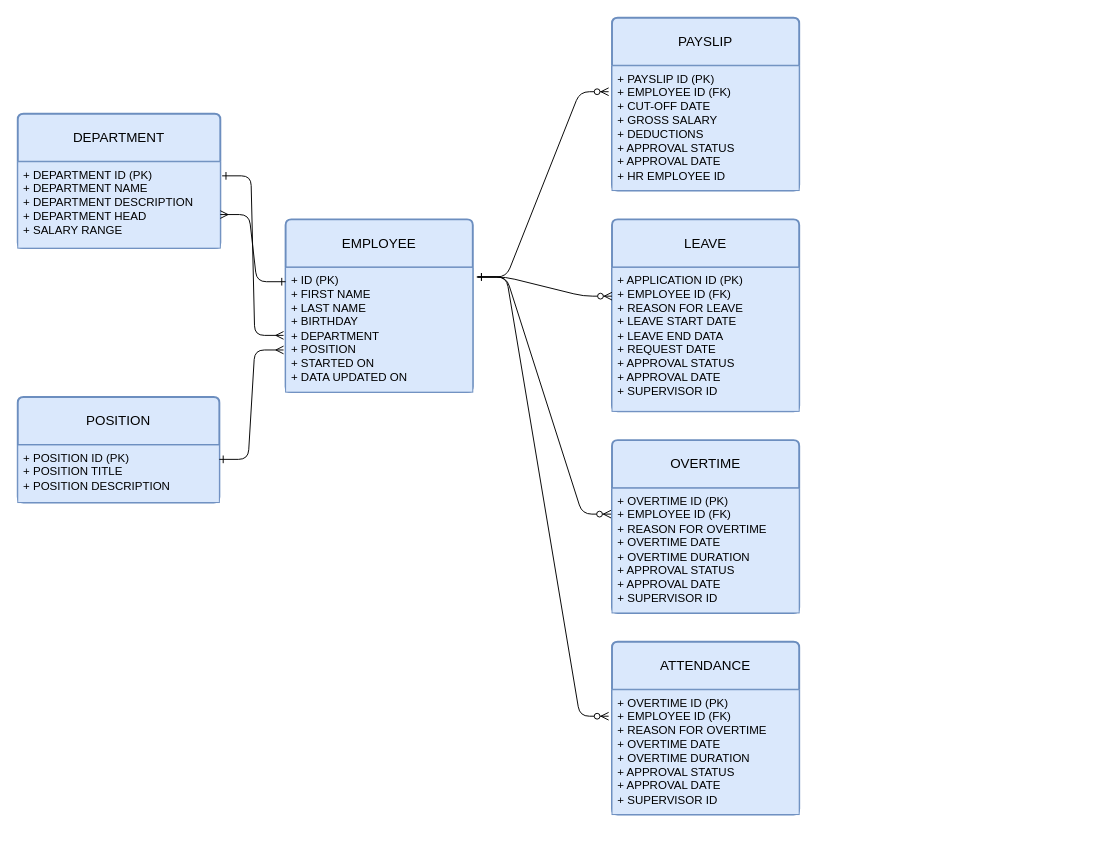
zephyrstorm123/MO-IT107-Worksheet3-ERD keeps this draw.io diagram as MO-IT107-ERD.drawio. Above is the earlier version. Source tidied: cells renumbered, new cells numbered last; positions are measured from the earlier drawing's top-left corner, leaving out a move shared by most shapes. Both pictures are drawn from the tidied source at 96%, with x=0, y=0 at pixel (-16, 17).
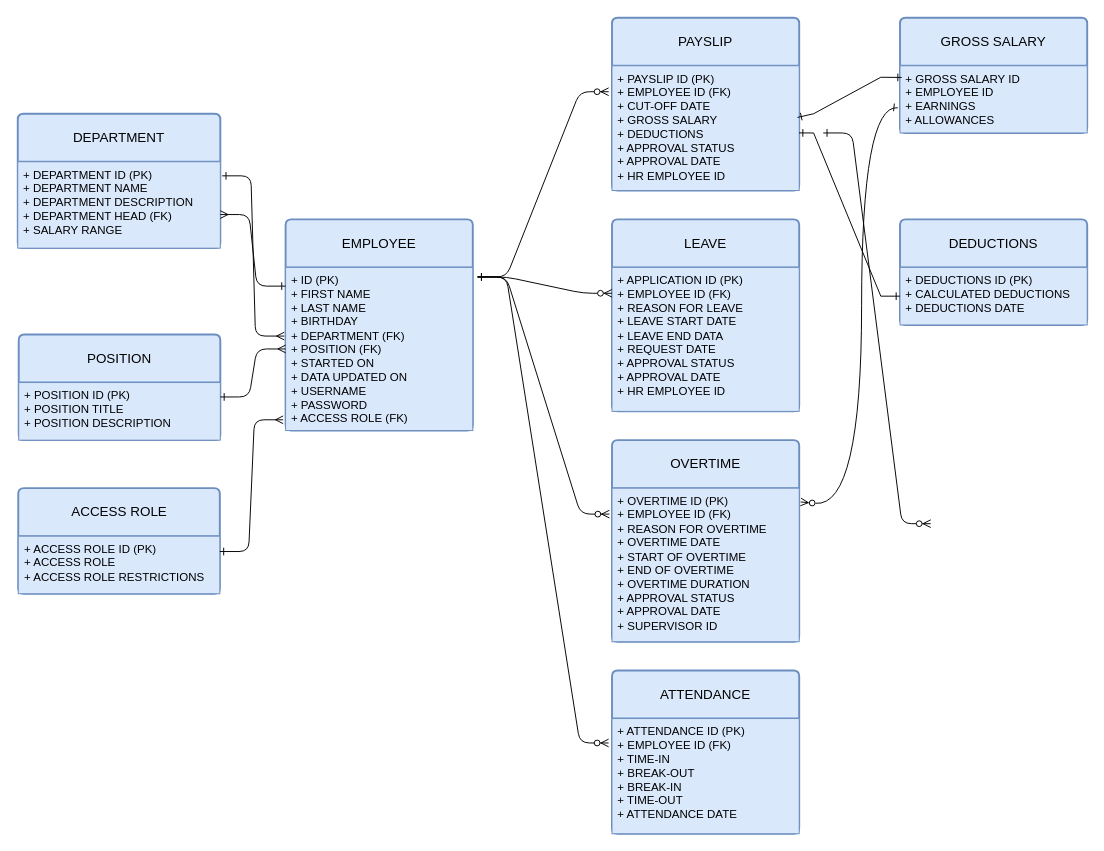
The same page after the edit.

Unchanged cells that the change refers to:
```xml
<mxCell id="4" value="LEAVE" style="swimlane;horizontal=1;startSize=50;rounded=1;fontSize=14;fontStyle=0;strokeWidth=2;shadow=0;dashed=0;align=center;arcSize=4;whiteSpace=wrap;html=1;fillColor=#dae8fc;strokeColor=#6c8ebf;" parent="1" vertex="1">
  <mxGeometry x="654" y="210" width="195" height="200" as="geometry" />
</mxCell>
<mxCell id="7" value="+ PAYSLIP ID (PK)&lt;br&gt;+ EMPLOYEE ID (FK)&lt;br&gt;+ CUT-OFF DATE&lt;br&gt;+ GROSS SALARY&lt;br&gt;+ DEDUCTIONS&lt;br&gt;+ APPROVAL STATUS&lt;br&gt;+ APPROVAL DATE&lt;br&gt;+ HR EMPLOYEE ID" style="align=left;strokeColor=#6c8ebf;fillColor=#dae8fc;spacingLeft=4;fontSize=12;verticalAlign=top;html=1;" parent="6" vertex="1">
  <mxGeometry y="50" width="195" height="130" as="geometry" />
</mxCell>
<mxCell id="12" value="+ POSITION ID (PK)&lt;br&gt;+ POSITION TITLE&lt;br&gt;+ POSITION DESCRIPTION" style="align=left;strokeColor=#6c8ebf;fillColor=#dae8fc;spacingLeft=4;fontSize=12;verticalAlign=top;html=1;" parent="11" vertex="1">
  <mxGeometry y="50" width="210" height="60" as="geometry" />
</mxCell>
<mxCell id="15" value="DEPARTMENT" style="swimlane;horizontal=1;startSize=50;rounded=1;fontSize=14;fontStyle=0;strokeWidth=2;shadow=0;dashed=0;align=center;arcSize=4;whiteSpace=wrap;html=1;fillColor=#dae8fc;strokeColor=#6c8ebf;" parent="1" vertex="1">
  <mxGeometry x="35" y="100" width="211" height="140" as="geometry" />
</mxCell>
```

The edit, as a diff of the source:
```diff
@@
     <mxCell id="2" value="EMPLOYEE" style="swimlane;horizontal=1;startSize=50;rounded=1;fontSize=14;fontStyle=0;strokeWidth=2;shadow=0;dashed=0;align=center;arcSize=4;whiteSpace=wrap;html=1;fillColor=#dae8fc;strokeColor=#6c8ebf;" parent="1" vertex="1">
-      <mxGeometry x="314" y="210" width="195" height="180" as="geometry" />
+      <mxGeometry x="314" y="210" width="195" height="220" as="geometry" />
     </mxCell>
-    <mxCell id="3" value="+ ID (PK)&lt;br&gt;+ FIRST NAME&lt;br&gt;+ LAST NAME&lt;br&gt;+ BIRTHDAY&lt;br&gt;+ DEPARTMENT&lt;br&gt;+ POSITION&lt;br&gt;+ STARTED ON&lt;br&gt;+ DATA UPDATED ON" style="align=left;strokeColor=#6c8ebf;fillColor=#dae8fc;spacingLeft=4;fontSize=12;verticalAlign=top;html=1;" parent="2" vertex="1">
-      <mxGeometry y="50" width="195" height="130" as="geometry" />
+    <mxCell id="3" value="+ ID (PK)&lt;br&gt;+ FIRST NAME&lt;br&gt;+ LAST NAME&lt;br&gt;+ BIRTHDAY&lt;br&gt;+ DEPARTMENT (FK)&lt;br&gt;+ POSITION (FK)&lt;br&gt;+ STARTED ON&lt;br&gt;+ DATA UPDATED ON&lt;br&gt;+ USERNAME&lt;br&gt;+ PASSWORD&lt;br&gt;+ ACCESS ROLE (FK)" style="align=left;strokeColor=#6c8ebf;fillColor=#dae8fc;spacingLeft=4;fontSize=12;verticalAlign=top;html=1;" parent="2" vertex="1">
+      <mxGeometry y="50" width="195" height="170" as="geometry" />
     </mxCell>
@@
-    <mxCell id="5" value="+ APPLICATION ID (PK)&lt;br&gt;+ EMPLOYEE ID (FK)&lt;br&gt;+ REASON FOR LEAVE&lt;br&gt;+ LEAVE START DATE&lt;br&gt;+ LEAVE END DATA&lt;br&gt;+ REQUEST DATE&lt;br&gt;+ APPROVAL STATUS&lt;br&gt;+ APPROVAL DATE&lt;br&gt;+ SUPERVISOR ID" style="align=left;strokeColor=#6c8ebf;fillColor=#dae8fc;spacingLeft=4;fontSize=12;verticalAlign=top;html=1;" parent="4" vertex="1">
+    <mxCell id="5" value="+ APPLICATION ID (PK)&lt;br&gt;+ EMPLOYEE ID (FK)&lt;br&gt;+ REASON FOR LEAVE&lt;br&gt;+ LEAVE START DATE&lt;br&gt;+ LEAVE END DATA&lt;br&gt;+ REQUEST DATE&lt;br&gt;+ APPROVAL STATUS&lt;br&gt;+ APPROVAL DATE&lt;br&gt;+ HR EMPLOYEE ID" style="align=left;strokeColor=#6c8ebf;fillColor=#dae8fc;spacingLeft=4;fontSize=12;verticalAlign=top;html=1;" parent="4" vertex="1">
       <mxGeometry y="50" width="195" height="150" as="geometry" />
     </mxCell>
@@
     <mxCell id="9" value="OVERTIME" style="swimlane;horizontal=1;startSize=50;rounded=1;fontSize=14;fontStyle=0;strokeWidth=2;shadow=0;dashed=0;align=center;arcSize=4;whiteSpace=wrap;html=1;fillColor=#dae8fc;strokeColor=#6c8ebf;" parent="1" vertex="1">
-      <mxGeometry x="654" y="440" width="195" height="180" as="geometry" />
+      <mxGeometry x="654" y="440" width="195" height="210" as="geometry" />
     </mxCell>
-    <mxCell id="10" value="+ OVERTIME ID (PK)&lt;br style=&quot;border-color: var(--border-color);&quot;&gt;+ EMPLOYEE ID (FK)&lt;br style=&quot;border-color: var(--border-color);&quot;&gt;+ REASON FOR OVERTIME&lt;br style=&quot;border-color: var(--border-color);&quot;&gt;+ OVERTIME DATE&lt;br style=&quot;border-color: var(--border-color);&quot;&gt;+ OVERTIME DURATION&lt;br style=&quot;border-color: var(--border-color);&quot;&gt;+ APPROVAL STATUS&lt;br&gt;+ APPROVAL DATE&lt;br style=&quot;border-color: var(--border-color);&quot;&gt;+ SUPERVISOR ID" style="align=left;strokeColor=#6c8ebf;fillColor=#dae8fc;spacingLeft=4;fontSize=12;verticalAlign=top;html=1;" parent="9" vertex="1">
-      <mxGeometry y="50" width="195" height="130" as="geometry" />
+    <mxCell id="10" value="+ OVERTIME ID (PK)&lt;br style=&quot;border-color: var(--border-color);&quot;&gt;+ EMPLOYEE ID (FK)&lt;br style=&quot;border-color: var(--border-color);&quot;&gt;+ REASON FOR OVERTIME&lt;br style=&quot;border-color: var(--border-color);&quot;&gt;+ OVERTIME DATE&lt;br&gt;+ START OF OVERTIME&lt;br&gt;+ END OF OVERTIME&lt;br style=&quot;border-color: var(--border-color);&quot;&gt;+ OVERTIME DURATION&lt;br style=&quot;border-color: var(--border-color);&quot;&gt;+ APPROVAL STATUS&lt;br&gt;+ APPROVAL DATE&lt;br style=&quot;border-color: var(--border-color);&quot;&gt;+ SUPERVISOR ID" style="align=left;strokeColor=#6c8ebf;fillColor=#dae8fc;spacingLeft=4;fontSize=12;verticalAlign=top;html=1;" parent="9" vertex="1">
+      <mxGeometry y="50" width="195" height="160" as="geometry" />
     </mxCell>
     <mxCell id="11" value="POSITION" style="swimlane;horizontal=1;startSize=50;rounded=1;fontSize=14;fontStyle=0;strokeWidth=2;shadow=0;dashed=0;align=center;arcSize=4;whiteSpace=wrap;html=1;fillColor=#dae8fc;strokeColor=#6c8ebf;" parent="1" vertex="1">
-      <mxGeometry x="35" y="395" width="210" height="110" as="geometry" />
+      <mxGeometry x="36" y="330" width="210" height="110" as="geometry" />
     </mxCell>
@@
-    <mxCell id="13" style="edgeStyle=entityRelationEdgeStyle;endArrow=ERzeroToMany;startArrow=ERone;endFill=1;startFill=0;entryX=-0.005;entryY=0.208;entryDx=0;entryDy=0;entryPerimeter=0;" parent="1" edge="1" target="10">
+    <mxCell id="13" style="edgeStyle=entityRelationEdgeStyle;endArrow=ERzeroToMany;startArrow=ERone;endFill=1;startFill=0;entryX=-0.014;entryY=0.169;entryDx=0;entryDy=0;entryPerimeter=0;" parent="1" edge="1" target="10">
       <mxGeometry relative="1" as="geometry">
         <mxPoint x="514" y="270" as="sourcePoint" />
         <Array as="points">
           <mxPoint x="439" y="220" />
           <mxPoint x="449" y="340" />
           <mxPoint x="290" y="150" />
           <mxPoint x="430" y="200" />
           <mxPoint x="440" y="190" />
           <mxPoint x="270" y="170" />
           <mxPoint x="270" y="160" />
         </Array>
       </mxGeometry>
     </mxCell>
-    <mxCell id="14" style="edgeStyle=entityRelationEdgeStyle;endArrow=ERmany;startArrow=ERone;endFill=0;startFill=0;entryX=-0.011;entryY=0.662;entryDx=0;entryDy=0;entryPerimeter=0;exitX=1;exitY=0.25;exitDx=0;exitDy=0;" parent="1" edge="1" source="12" target="3">
+    <mxCell id="14" style="edgeStyle=entityRelationEdgeStyle;endArrow=ERmany;startArrow=ERone;endFill=0;startFill=0;entryX=0;entryY=0.5;entryDx=0;entryDy=0;exitX=1;exitY=0.25;exitDx=0;exitDy=0;" parent="1" edge="1" source="12" target="3">
       <mxGeometry relative="1" as="geometry">
         <Array as="points">
           <mxPoint x="20" y="73" />
           <mxPoint x="270" y="113" />
           <mxPoint x="160" y="123" />
           <mxPoint x="170" y="113" />
           <mxPoint y="93" />
           <mxPoint y="83" />
         </Array>
       </mxGeometry>
     </mxCell>
@@
-    <mxCell id="16" value="+ DEPARTMENT ID (PK)&lt;br&gt;+ DEPARTMENT NAME&lt;br&gt;+ DEPARTMENT DESCRIPTION&lt;br&gt;+ DEPARTMENT HEAD&lt;br&gt;+ SALARY RANGE" style="align=left;strokeColor=#6c8ebf;fillColor=#dae8fc;spacingLeft=4;fontSize=12;verticalAlign=top;html=1;" parent="15" vertex="1">
+    <mxCell id="16" value="+ DEPARTMENT ID (PK)&lt;br&gt;+ DEPARTMENT NAME&lt;br&gt;+ DEPARTMENT DESCRIPTION&lt;br&gt;+ DEPARTMENT HEAD (FK)&lt;br&gt;+ SALARY RANGE" style="align=left;strokeColor=#6c8ebf;fillColor=#dae8fc;spacingLeft=4;fontSize=12;verticalAlign=top;html=1;" parent="15" vertex="1">
       <mxGeometry y="50" width="211" height="90" as="geometry" />
     </mxCell>
@@
-    <mxCell id="18" style="edgeStyle=entityRelationEdgeStyle;endArrow=ERmany;startArrow=ERone;endFill=0;startFill=0;entryX=-0.011;entryY=0.545;entryDx=0;entryDy=0;entryPerimeter=0;exitX=1.009;exitY=0.163;exitDx=0;exitDy=0;exitPerimeter=0;" parent="1" edge="1" source="16" target="3">
+    <mxCell id="18" style="edgeStyle=entityRelationEdgeStyle;endArrow=ERmany;startArrow=ERone;endFill=0;startFill=0;entryX=-0.007;entryY=0.421;entryDx=0;entryDy=0;entryPerimeter=0;exitX=1.009;exitY=0.163;exitDx=0;exitDy=0;exitPerimeter=0;" parent="1" edge="1" source="16" target="3">
       <mxGeometry relative="1" as="geometry">
         <Array as="points">
           <mxPoint x="30" y="83" />
           <mxPoint x="274" y="250" />
           <mxPoint x="294" y="250" />
           <mxPoint x="280" y="123" />
           <mxPoint x="170" y="133" />
           <mxPoint x="180" y="123" />
           <mxPoint x="10" y="103" />
           <mxPoint x="10" y="93" />
         </Array>
       </mxGeometry>
     </mxCell>
@@
     <mxCell id="20" value="ATTENDANCE" style="swimlane;horizontal=1;startSize=50;rounded=1;fontSize=14;fontStyle=0;strokeWidth=2;shadow=0;dashed=0;align=center;arcSize=4;whiteSpace=wrap;html=1;fillColor=#dae8fc;strokeColor=#6c8ebf;" parent="1" vertex="1">
-      <mxGeometry x="654" y="650" width="195" height="180" as="geometry" />
+      <mxGeometry x="654" y="680" width="195" height="170" as="geometry" />
     </mxCell>
-    <mxCell id="21" value="+ OVERTIME ID (PK)&lt;br style=&quot;border-color: var(--border-color);&quot;&gt;+ EMPLOYEE ID (FK)&lt;br style=&quot;border-color: var(--border-color);&quot;&gt;+ REASON FOR OVERTIME&lt;br style=&quot;border-color: var(--border-color);&quot;&gt;+ OVERTIME DATE&lt;br style=&quot;border-color: var(--border-color);&quot;&gt;+ OVERTIME DURATION&lt;br style=&quot;border-color: var(--border-color);&quot;&gt;+ APPROVAL STATUS&lt;br&gt;+ APPROVAL DATE&lt;br style=&quot;border-color: var(--border-color);&quot;&gt;+ SUPERVISOR ID" style="align=left;strokeColor=#6c8ebf;fillColor=#dae8fc;spacingLeft=4;fontSize=12;verticalAlign=top;html=1;" parent="20" vertex="1">
-      <mxGeometry y="50" width="195" height="130" as="geometry" />
+    <mxCell id="21" value="+ ATTENDANCE ID (PK)&lt;br style=&quot;border-color: var(--border-color);&quot;&gt;+ EMPLOYEE ID (FK)&lt;br style=&quot;border-color: var(--border-color);&quot;&gt;+ TIME-IN&lt;br&gt;+ BREAK-OUT&lt;br&gt;+ BREAK-IN&lt;br&gt;+ TIME-OUT&lt;br style=&quot;border-color: var(--border-color);&quot;&gt;+ ATTENDANCE DATE" style="align=left;strokeColor=#6c8ebf;fillColor=#dae8fc;spacingLeft=4;fontSize=12;verticalAlign=top;html=1;" parent="20" vertex="1">
+      <mxGeometry y="50" width="195" height="120" as="geometry" />
     </mxCell>
@@
-    <mxCell id="23" style="edgeStyle=entityRelationEdgeStyle;endArrow=ERzeroToMany;startArrow=none;endFill=1;startFill=0;exitX=1.021;exitY=0.077;exitDx=0;exitDy=0;exitPerimeter=0;" parent="1" edge="1" source="3">
+    <mxCell id="23" style="edgeStyle=entityRelationEdgeStyle;endArrow=ERzeroToMany;startArrow=none;endFill=1;startFill=0;entryX=0;entryY=0.18;entryDx=0;entryDy=0;entryPerimeter=0;" parent="1" edge="1" target="5">
       <mxGeometry relative="1" as="geometry">
-        <mxPoint x="654" y="290" as="targetPoint" />
+        <mxPoint x="514" y="270" as="sourcePoint" />
         <Array as="points">
           <mxPoint x="294" y="150" />
           <mxPoint x="544" y="190" />
           <mxPoint x="434" y="200" />
           <mxPoint x="444" y="190" />
           <mxPoint x="274" y="170" />
           <mxPoint x="274" y="160" />
         </Array>
       </mxGeometry>
     </mxCell>
+    <mxCell id="24" value="DEDUCTIONS" style="swimlane;horizontal=1;startSize=50;rounded=1;fontSize=14;fontStyle=0;strokeWidth=2;shadow=0;dashed=0;align=center;arcSize=4;whiteSpace=wrap;html=1;fillColor=#dae8fc;strokeColor=#6c8ebf;" parent="1" vertex="1">
+      <mxGeometry x="954" y="210" width="195" height="110" as="geometry" />
+    </mxCell>
+    <mxCell id="25" value="+ DEDUCTIONS ID (PK)&lt;br&gt;+ CALCULATED DEDUCTIONS&lt;br&gt;+ DEDUCTIONS DATE" style="align=left;strokeColor=#6c8ebf;fillColor=#dae8fc;spacingLeft=4;fontSize=12;verticalAlign=top;html=1;" parent="24" vertex="1">
+      <mxGeometry y="50" width="195" height="60" as="geometry" />
+    </mxCell>
+    <mxCell id="26" style="endArrow=ERone;html=1;rounded=0;entryX=0;entryY=0.5;entryDx=0;entryDy=0;exitX=0.999;exitY=0.538;exitDx=0;exitDy=0;exitPerimeter=0;startArrow=ERone;startFill=0;endFill=0;" parent="1" edge="1" source="7" target="25">
+      <mxGeometry relative="1" as="geometry">
+        <Array as="points">
+          <mxPoint x="864" y="120" />
+          <mxPoint x="934" y="290" />
+        </Array>
+      </mxGeometry>
+    </mxCell>
+    <mxCell id="27" value="ACCESS ROLE" style="swimlane;horizontal=1;startSize=50;rounded=1;fontSize=14;fontStyle=0;strokeWidth=2;shadow=0;dashed=0;align=center;arcSize=4;whiteSpace=wrap;html=1;fillColor=#dae8fc;strokeColor=#6c8ebf;" parent="1" vertex="1">
+      <mxGeometry x="35.5" y="490" width="210" height="110" as="geometry" />
+    </mxCell>
+    <mxCell id="28" value="+ ACCESS ROLE ID (PK)&lt;br&gt;+ ACCESS ROLE&lt;br&gt;+ ACCESS ROLE RESTRICTIONS" style="align=left;strokeColor=#6c8ebf;fillColor=#dae8fc;spacingLeft=4;fontSize=12;verticalAlign=top;html=1;" parent="27" vertex="1">
+      <mxGeometry y="50" width="210" height="60" as="geometry" />
+    </mxCell>
+    <mxCell id="29" style="edgeStyle=entityRelationEdgeStyle;endArrow=ERmany;startArrow=ERone;endFill=0;startFill=0;entryX=-0.013;entryY=0.934;entryDx=0;entryDy=0;entryPerimeter=0;exitX=1;exitY=0.25;exitDx=0;exitDy=0;" parent="1" edge="1" target="3">
+      <mxGeometry relative="1" as="geometry">
+        <mxPoint x="245.5" y="556" as="sourcePoint" />
+        <Array as="points">
+          <mxPoint x="19.5" y="234" />
+          <mxPoint x="269.5" y="274" />
+          <mxPoint x="159.5" y="284" />
+          <mxPoint x="169.5" y="274" />
+          <mxPoint x="-0.5" y="254" />
+          <mxPoint x="-0.5" y="244" />
+        </Array>
+      </mxGeometry>
+    </mxCell>
+    <mxCell id="30" value="GROSS SALARY" style="swimlane;horizontal=1;startSize=50;rounded=1;fontSize=14;fontStyle=0;strokeWidth=2;shadow=0;dashed=0;align=center;arcSize=4;whiteSpace=wrap;html=1;fillColor=#dae8fc;strokeColor=#6c8ebf;" parent="1" vertex="1">
+      <mxGeometry x="954" width="195" height="120" as="geometry" />
+    </mxCell>
+    <mxCell id="31" value="+ GROSS SALARY ID&lt;br&gt;+ EMPLOYEE ID&lt;br&gt;+ EARNINGS&lt;br&gt;+ ALLOWANCES" style="align=left;strokeColor=#6c8ebf;fillColor=#dae8fc;spacingLeft=4;fontSize=12;verticalAlign=top;html=1;" parent="30" vertex="1">
+      <mxGeometry y="50" width="195" height="70" as="geometry" />
+    </mxCell>
+    <mxCell id="32" style="curved=1;endArrow=ERone;html=1;rounded=0;entryX=-0.012;entryY=0.625;entryDx=0;entryDy=0;exitX=1.008;exitY=0.09;exitDx=0;exitDy=0;exitPerimeter=0;startArrow=ERzeroToMany;startFill=0;endFill=0;entryPerimeter=0;" parent="1" edge="1" source="10" target="31">
+      <mxGeometry relative="1" as="geometry">
+        <Array as="points">
+          <mxPoint x="914" y="510" />
+          <mxPoint x="914" y="90" />
+        </Array>
+      </mxGeometry>
+    </mxCell>
+    <mxCell id="33" style="edgeStyle=entityRelationEdgeStyle;endArrow=ERzeroToMany;startArrow=ERone;endFill=1;startFill=0;entryX=-0.014;entryY=0.169;entryDx=0;entryDy=0;entryPerimeter=0;shadow=0;" parent="1" edge="1">
+      <mxGeometry relative="1" as="geometry">
+        <mxPoint x="874" y="120" as="sourcePoint" />
+        <mxPoint x="986" y="527" as="targetPoint" />
+        <Array as="points">
+          <mxPoint x="774" y="230" />
+          <mxPoint x="784" y="350" />
+          <mxPoint x="625" y="160" />
+          <mxPoint x="765" y="210" />
+          <mxPoint x="775" y="200" />
+          <mxPoint x="605" y="180" />
+          <mxPoint x="605" y="170" />
+        </Array>
+      </mxGeometry>
+    </mxCell>
+    <mxCell id="34" style="endArrow=ERone;html=1;rounded=0;exitX=0.991;exitY=0.414;exitDx=0;exitDy=0;exitPerimeter=0;startArrow=ERone;startFill=0;endFill=0;entryX=0.009;entryY=0.174;entryDx=0;entryDy=0;entryPerimeter=0;" parent="1" edge="1" source="7" target="31">
+      <mxGeometry relative="1" as="geometry">
+        <Array as="points">
+          <mxPoint x="864" y="100" />
+          <mxPoint x="934" y="62" />
+        </Array>
+      </mxGeometry>
+    </mxCell>
```
